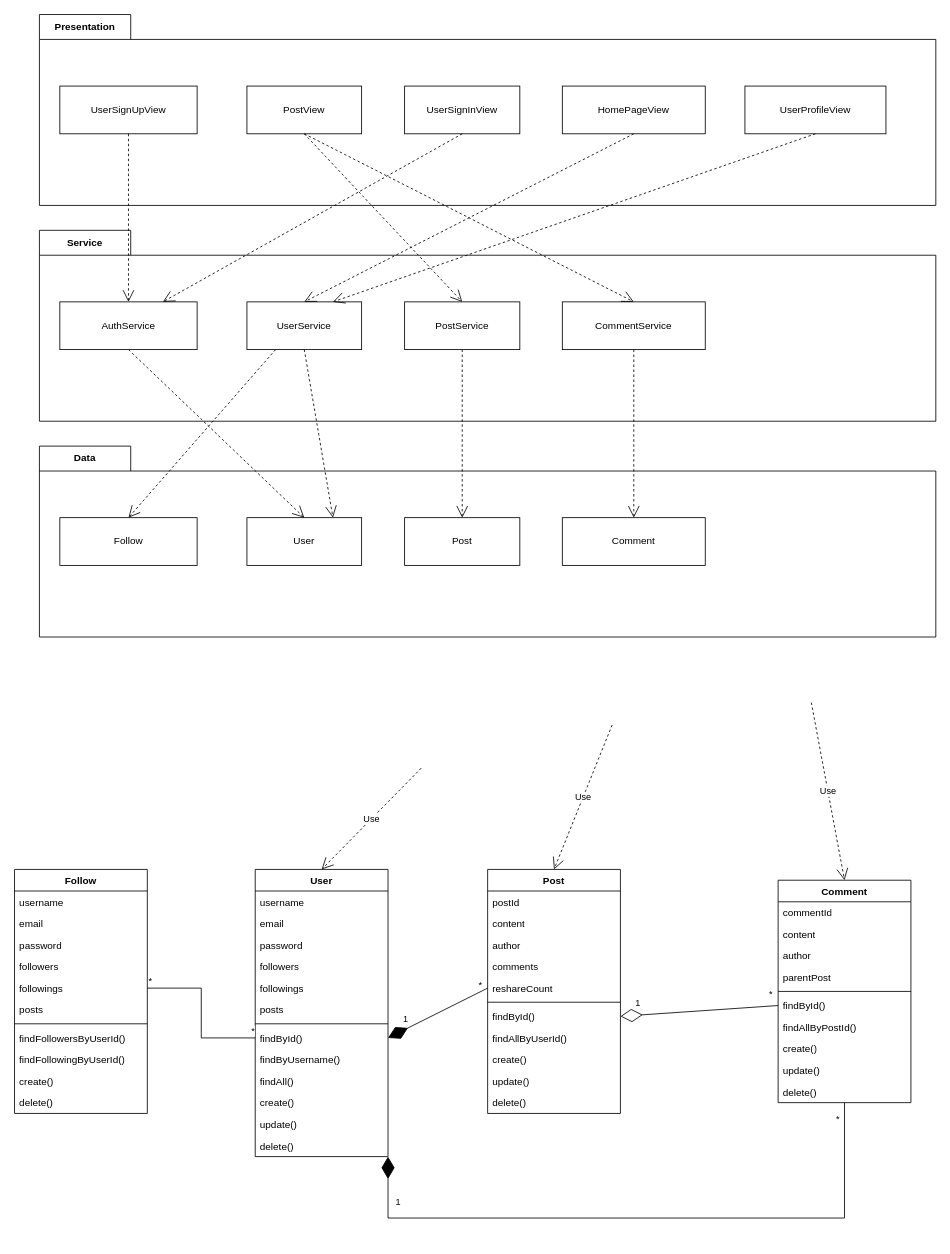
Earlier version of the draw.io diagram social_network_layer.drawio (jilv220/UMLs). Source tidied: cells renumbered, new cells numbered last; positions are measured from the earlier drawing's top-left corner, leaving out a move shared by most shapes. Both pictures are drawn from the tidied source at 83%, with x=0, y=0 at pixel (14, 14).
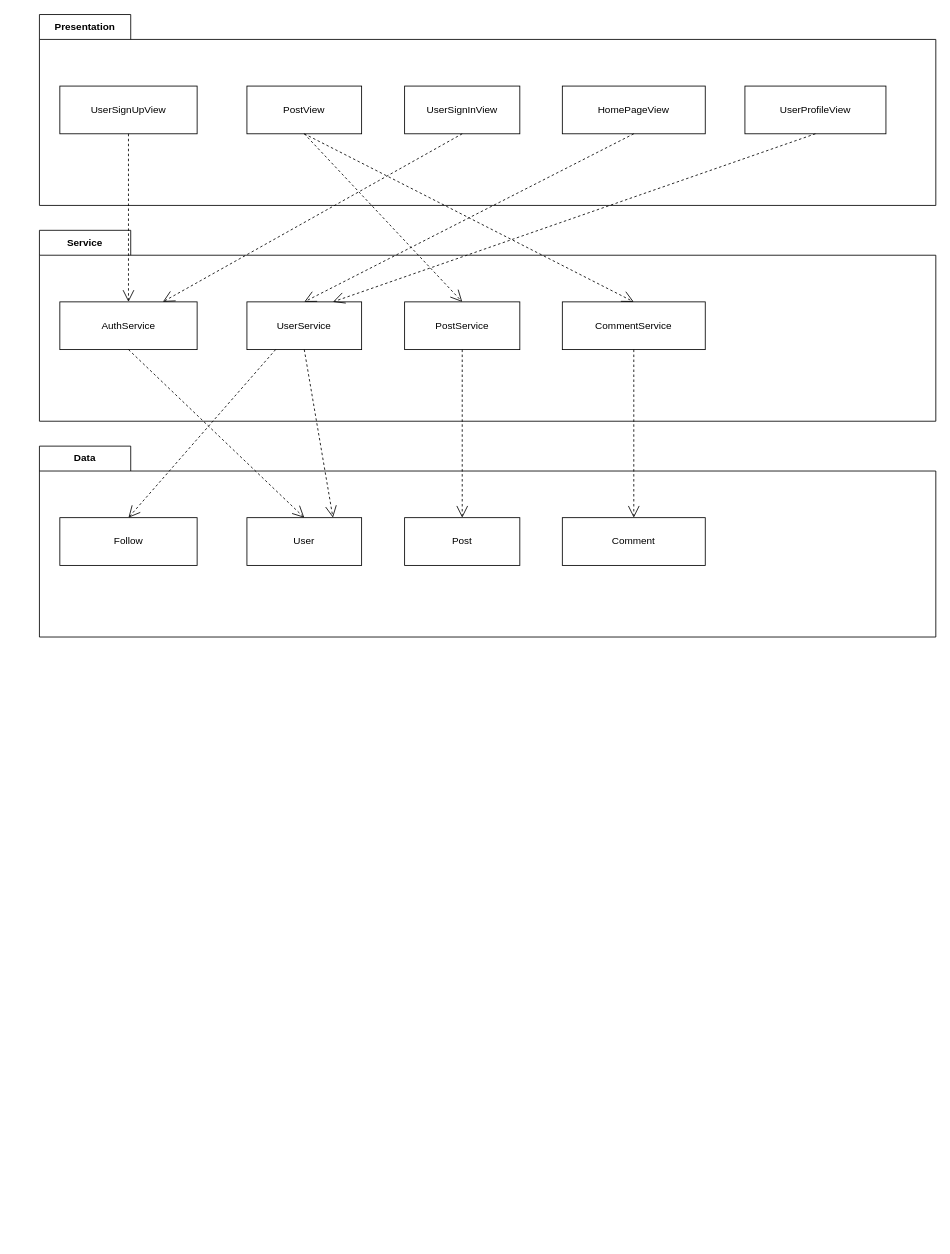
After the change.

The edit, as a diff of the source:
```diff
@@
-    <mxCell id="2" value="User" style="swimlane;fontStyle=1;align=center;verticalAlign=top;horizontal=1;startSize=26;whiteSpace=wrap;html=1;" parent="1" vertex="1">
-      <mxGeometry x="290" y="1030" width="160" height="346" as="geometry" />
-    </mxCell>
-    <mxCell id="3" value="username" style="text;strokeColor=none;fillColor=none;align=left;verticalAlign=top;spacingLeft=4;spacingRight=4;overflow=hidden;whiteSpace=wrap;html=1;" parent="2" vertex="1">
-      <mxGeometry y="26" width="160" height="26" as="geometry" />
-    </mxCell>
-    <mxCell id="4" value="email" style="text;strokeColor=none;fillColor=none;align=left;verticalAlign=top;spacingLeft=4;spacingRight=4;overflow=hidden;whiteSpace=wrap;html=1;" parent="2" vertex="1">
-      <mxGeometry y="52" width="160" height="26" as="geometry" />
-    </mxCell>
-    <mxCell id="5" value="password" style="text;strokeColor=none;fillColor=none;align=left;verticalAlign=top;spacingLeft=4;spacingRight=4;overflow=hidden;whiteSpace=wrap;html=1;" parent="2" vertex="1">
-      <mxGeometry y="78" width="160" height="26" as="geometry" />
-    </mxCell>
-    <mxCell id="6" value="followers" style="text;strokeColor=none;fillColor=none;align=left;verticalAlign=top;spacingLeft=4;spacingRight=4;overflow=hidden;whiteSpace=wrap;html=1;" parent="2" vertex="1">
-      <mxGeometry y="104" width="160" height="26" as="geometry" />
-    </mxCell>
-    <mxCell id="7" value="followings" style="text;strokeColor=none;fillColor=none;align=left;verticalAlign=top;spacingLeft=4;spacingRight=4;overflow=hidden;whiteSpace=wrap;html=1;" parent="2" vertex="1">
-      <mxGeometry y="130" width="160" height="26" as="geometry" />
-    </mxCell>
-    <mxCell id="8" value="posts" style="text;strokeColor=none;fillColor=none;align=left;verticalAlign=top;spacingLeft=4;spacingRight=4;overflow=hidden;whiteSpace=wrap;html=1;" parent="2" vertex="1">
-      <mxGeometry y="156" width="160" height="26" as="geometry" />
-    </mxCell>
-    <mxCell id="9" style="line;strokeWidth=1;fillColor=none;align=left;verticalAlign=middle;spacingTop=-1;spacingLeft=3;spacingRight=3;labelPosition=right;strokeColor=inherit;" parent="2" vertex="1">
-      <mxGeometry y="182" width="160" height="8" as="geometry" />
-    </mxCell>
-    <mxCell id="10" value="findById()" style="text;strokeColor=none;fillColor=none;align=left;verticalAlign=top;spacingLeft=4;spacingRight=4;overflow=hidden;points=[[0,0.5],[1,0.5]];portConstraint=eastwest;whiteSpace=wrap;html=1;" parent="2" vertex="1">
-      <mxGeometry y="190" width="160" height="26" as="geometry" />
-    </mxCell>
-    <mxCell id="11" value="findByUsername()" style="text;strokeColor=none;fillColor=none;align=left;verticalAlign=top;spacingLeft=4;spacingRight=4;overflow=hidden;whiteSpace=wrap;html=1;" parent="2" vertex="1">
-      <mxGeometry y="216" width="160" height="26" as="geometry" />
-    </mxCell>
-    <mxCell id="12" value="findAll()" style="text;strokeColor=none;fillColor=none;align=left;verticalAlign=top;spacingLeft=4;spacingRight=4;overflow=hidden;whiteSpace=wrap;html=1;" parent="2" vertex="1">
-      <mxGeometry y="242" width="160" height="26" as="geometry" />
-    </mxCell>
-    <mxCell id="13" value="create()" style="text;strokeColor=none;fillColor=none;align=left;verticalAlign=top;spacingLeft=4;spacingRight=4;overflow=hidden;whiteSpace=wrap;html=1;" parent="2" vertex="1">
-      <mxGeometry y="268" width="160" height="26" as="geometry" />
-    </mxCell>
-    <mxCell id="14" value="update()" style="text;strokeColor=none;fillColor=none;align=left;verticalAlign=top;spacingLeft=4;spacingRight=4;overflow=hidden;whiteSpace=wrap;html=1;" parent="2" vertex="1">
-      <mxGeometry y="294" width="160" height="26" as="geometry" />
-    </mxCell>
-    <mxCell id="15" value="delete()" style="text;strokeColor=none;fillColor=none;align=left;verticalAlign=top;spacingLeft=4;spacingRight=4;overflow=hidden;whiteSpace=wrap;html=1;" parent="2" vertex="1">
-      <mxGeometry y="320" width="160" height="26" as="geometry" />
-    </mxCell>
-    <mxCell id="16" value="Comment" style="swimlane;fontStyle=1;align=center;verticalAlign=top;horizontal=1;startSize=26;whiteSpace=wrap;html=1;" parent="1" vertex="1">
-      <mxGeometry x="920" y="1043" width="160" height="268" as="geometry" />
-    </mxCell>
-    <mxCell id="17" value="commentId" style="text;strokeColor=none;fillColor=none;align=left;verticalAlign=top;spacingLeft=4;spacingRight=4;overflow=hidden;whiteSpace=wrap;html=1;" parent="16" vertex="1">
-      <mxGeometry y="26" width="160" height="26" as="geometry" />
-    </mxCell>
-    <mxCell id="18" value="content" style="text;strokeColor=none;fillColor=none;align=left;verticalAlign=top;spacingLeft=4;spacingRight=4;overflow=hidden;whiteSpace=wrap;html=1;" parent="16" vertex="1">
-      <mxGeometry y="52" width="160" height="26" as="geometry" />
-    </mxCell>
-    <mxCell id="19" value="author" style="text;strokeColor=none;fillColor=none;align=left;verticalAlign=top;spacingLeft=4;spacingRight=4;overflow=hidden;whiteSpace=wrap;html=1;" parent="16" vertex="1">
-      <mxGeometry y="78" width="160" height="26" as="geometry" />
-    </mxCell>
-    <mxCell id="20" value="parentPost" style="text;strokeColor=none;fillColor=none;align=left;verticalAlign=top;spacingLeft=4;spacingRight=4;overflow=hidden;whiteSpace=wrap;html=1;" parent="16" vertex="1">
-      <mxGeometry y="104" width="160" height="26" as="geometry" />
-    </mxCell>
-    <mxCell id="21" style="line;strokeWidth=1;fillColor=none;align=left;verticalAlign=middle;spacingTop=-1;spacingLeft=3;spacingRight=3;labelPosition=right;strokeColor=inherit;" parent="16" vertex="1">
-      <mxGeometry y="130" width="160" height="8" as="geometry" />
-    </mxCell>
-    <mxCell id="22" value="findById()" style="text;strokeColor=none;fillColor=none;align=left;verticalAlign=top;spacingLeft=4;spacingRight=4;overflow=hidden;points=[[0,0.5],[1,0.5]];portConstraint=eastwest;whiteSpace=wrap;html=1;" parent="16" vertex="1">
-      <mxGeometry y="138" width="160" height="26" as="geometry" />
-    </mxCell>
-    <mxCell id="23" value="findAllByPostId()" style="text;strokeColor=none;fillColor=none;align=left;verticalAlign=top;spacingLeft=4;spacingRight=4;overflow=hidden;whiteSpace=wrap;html=1;" parent="16" vertex="1">
-      <mxGeometry y="164" width="160" height="26" as="geometry" />
-    </mxCell>
-    <mxCell id="24" value="create()" style="text;strokeColor=none;fillColor=none;align=left;verticalAlign=top;spacingLeft=4;spacingRight=4;overflow=hidden;whiteSpace=wrap;html=1;" parent="16" vertex="1">
-      <mxGeometry y="190" width="160" height="26" as="geometry" />
-    </mxCell>
-    <mxCell id="25" value="update()" style="text;strokeColor=none;fillColor=none;align=left;verticalAlign=top;spacingLeft=4;spacingRight=4;overflow=hidden;whiteSpace=wrap;html=1;" parent="16" vertex="1">
-      <mxGeometry y="216" width="160" height="26" as="geometry" />
-    </mxCell>
-    <mxCell id="26" value="delete()" style="text;strokeColor=none;fillColor=none;align=left;verticalAlign=top;spacingLeft=4;spacingRight=4;overflow=hidden;whiteSpace=wrap;html=1;" parent="16" vertex="1">
-      <mxGeometry y="242" width="160" height="26" as="geometry" />
-    </mxCell>
-    <mxCell id="27" value="Post" style="swimlane;fontStyle=1;align=center;verticalAlign=top;horizontal=1;startSize=26;whiteSpace=wrap;html=1;" parent="1" vertex="1">
-      <mxGeometry x="570" y="1030" width="160" height="294" as="geometry" />
-    </mxCell>
-    <mxCell id="28" value="postId" style="text;strokeColor=none;fillColor=none;align=left;verticalAlign=top;spacingLeft=4;spacingRight=4;overflow=hidden;whiteSpace=wrap;html=1;" parent="27" vertex="1">
-      <mxGeometry y="26" width="160" height="26" as="geometry" />
-    </mxCell>
-    <mxCell id="29" value="content" style="text;strokeColor=none;fillColor=none;align=left;verticalAlign=top;spacingLeft=4;spacingRight=4;overflow=hidden;whiteSpace=wrap;html=1;" parent="27" vertex="1">
-      <mxGeometry y="52" width="160" height="26" as="geometry" />
-    </mxCell>
-    <mxCell id="30" value="author" style="text;strokeColor=none;fillColor=none;align=left;verticalAlign=top;spacingLeft=4;spacingRight=4;overflow=hidden;whiteSpace=wrap;html=1;" parent="27" vertex="1">
-      <mxGeometry y="78" width="160" height="26" as="geometry" />
-    </mxCell>
-    <mxCell id="31" value="comments" style="text;strokeColor=none;fillColor=none;align=left;verticalAlign=top;spacingLeft=4;spacingRight=4;overflow=hidden;whiteSpace=wrap;html=1;" parent="27" vertex="1">
-      <mxGeometry y="104" width="160" height="26" as="geometry" />
-    </mxCell>
-    <mxCell id="32" value="reshareCount" style="text;strokeColor=none;fillColor=none;align=left;verticalAlign=top;spacingLeft=4;spacingRight=4;overflow=hidden;points=[[0,0.5],[1,0.5]];portConstraint=eastwest;whiteSpace=wrap;html=1;" parent="27" vertex="1">
-      <mxGeometry y="130" width="160" height="26" as="geometry" />
-    </mxCell>
-    <mxCell id="33" style="line;strokeWidth=1;fillColor=none;align=left;verticalAlign=middle;spacingTop=-1;spacingLeft=3;spacingRight=3;labelPosition=right;strokeColor=inherit;" parent="27" vertex="1">
-      <mxGeometry y="156" width="160" height="8" as="geometry" />
-    </mxCell>
-    <mxCell id="34" value="findById()" style="text;strokeColor=none;fillColor=none;align=left;verticalAlign=top;spacingLeft=4;spacingRight=4;overflow=hidden;points=[[0,0.5],[1,0.5]];portConstraint=eastwest;whiteSpace=wrap;html=1;" parent="27" vertex="1">
-      <mxGeometry y="164" width="160" height="26" as="geometry" />
-    </mxCell>
-    <mxCell id="35" value="findAllByUserId()" style="text;strokeColor=none;fillColor=none;align=left;verticalAlign=top;spacingLeft=4;spacingRight=4;overflow=hidden;whiteSpace=wrap;html=1;" parent="27" vertex="1">
-      <mxGeometry y="190" width="160" height="26" as="geometry" />
-    </mxCell>
-    <mxCell id="36" value="create()" style="text;strokeColor=none;fillColor=none;align=left;verticalAlign=top;spacingLeft=4;spacingRight=4;overflow=hidden;whiteSpace=wrap;html=1;" parent="27" vertex="1">
-      <mxGeometry y="216" width="160" height="26" as="geometry" />
-    </mxCell>
-    <mxCell id="37" value="update()" style="text;strokeColor=none;fillColor=none;align=left;verticalAlign=top;spacingLeft=4;spacingRight=4;overflow=hidden;whiteSpace=wrap;html=1;" parent="27" vertex="1">
-      <mxGeometry y="242" width="160" height="26" as="geometry" />
-    </mxCell>
-    <mxCell id="38" value="delete()" style="text;strokeColor=none;fillColor=none;align=left;verticalAlign=top;spacingLeft=4;spacingRight=4;overflow=hidden;whiteSpace=wrap;html=1;" parent="27" vertex="1">
-      <mxGeometry y="268" width="160" height="26" as="geometry" />
-    </mxCell>
-    <mxCell id="39" value="Follow" style="swimlane;fontStyle=1;align=center;verticalAlign=top;horizontal=1;startSize=26;whiteSpace=wrap;html=1;" parent="1" vertex="1">
-      <mxGeometry y="1030" width="160" height="294" as="geometry" />
-    </mxCell>
-    <mxCell id="40" value="username" style="text;strokeColor=none;fillColor=none;align=left;verticalAlign=top;spacingLeft=4;spacingRight=4;overflow=hidden;whiteSpace=wrap;html=1;" parent="39" vertex="1">
-      <mxGeometry y="26" width="160" height="26" as="geometry" />
-    </mxCell>
-    <mxCell id="41" value="email" style="text;strokeColor=none;fillColor=none;align=left;verticalAlign=top;spacingLeft=4;spacingRight=4;overflow=hidden;whiteSpace=wrap;html=1;" parent="39" vertex="1">
-      <mxGeometry y="52" width="160" height="26" as="geometry" />
-    </mxCell>
-    <mxCell id="42" value="password" style="text;strokeColor=none;fillColor=none;align=left;verticalAlign=top;spacingLeft=4;spacingRight=4;overflow=hidden;whiteSpace=wrap;html=1;" parent="39" vertex="1">
-      <mxGeometry y="78" width="160" height="26" as="geometry" />
-    </mxCell>
-    <mxCell id="43" value="followers" style="text;strokeColor=none;fillColor=none;align=left;verticalAlign=top;spacingLeft=4;spacingRight=4;overflow=hidden;whiteSpace=wrap;html=1;" parent="39" vertex="1">
-      <mxGeometry y="104" width="160" height="26" as="geometry" />
-    </mxCell>
-    <mxCell id="44" value="followings" style="text;strokeColor=none;fillColor=none;align=left;verticalAlign=top;spacingLeft=4;spacingRight=4;overflow=hidden;points=[[0,0.5],[1,0.5]];portConstraint=eastwest;whiteSpace=wrap;html=1;" parent="39" vertex="1">
-      <mxGeometry y="130" width="160" height="26" as="geometry" />
-    </mxCell>
-    <mxCell id="45" value="posts" style="text;strokeColor=none;fillColor=none;align=left;verticalAlign=top;spacingLeft=4;spacingRight=4;overflow=hidden;whiteSpace=wrap;html=1;" parent="39" vertex="1">
-      <mxGeometry y="156" width="160" height="26" as="geometry" />
-    </mxCell>
-    <mxCell id="46" style="line;strokeWidth=1;fillColor=none;align=left;verticalAlign=middle;spacingTop=-1;spacingLeft=3;spacingRight=3;labelPosition=right;strokeColor=inherit;" parent="39" vertex="1">
-      <mxGeometry y="182" width="160" height="8" as="geometry" />
-    </mxCell>
-    <mxCell id="47" value="findFollowersByUserId()" style="text;strokeColor=none;fillColor=none;align=left;verticalAlign=top;spacingLeft=4;spacingRight=4;overflow=hidden;whiteSpace=wrap;html=1;" parent="39" vertex="1">
-      <mxGeometry y="190" width="160" height="26" as="geometry" />
-    </mxCell>
-    <mxCell id="48" value="findFollowingByUserId()" style="text;strokeColor=none;fillColor=none;align=left;verticalAlign=top;spacingLeft=4;spacingRight=4;overflow=hidden;whiteSpace=wrap;html=1;" parent="39" vertex="1">
-      <mxGeometry y="216" width="160" height="26" as="geometry" />
-    </mxCell>
-    <mxCell id="49" value="create()" style="text;strokeColor=none;fillColor=none;align=left;verticalAlign=top;spacingLeft=4;spacingRight=4;overflow=hidden;whiteSpace=wrap;html=1;" parent="39" vertex="1">
-      <mxGeometry y="242" width="160" height="26" as="geometry" />
-    </mxCell>
-    <mxCell id="50" value="delete()" style="text;strokeColor=none;fillColor=none;align=left;verticalAlign=top;spacingLeft=4;spacingRight=4;overflow=hidden;whiteSpace=wrap;html=1;" parent="39" vertex="1">
-      <mxGeometry y="268" width="160" height="26" as="geometry" />
-    </mxCell>
-    <mxCell id="51" style="endArrow=none;html=1;edgeStyle=orthogonalEdgeStyle;rounded=0;exitX=1;exitY=0.5;exitDx=0;exitDy=0;entryX=0;entryY=0.5;entryDx=0;entryDy=0;" parent="1" edge="1" source="44" target="10">
-      <mxGeometry relative="1" as="geometry" />
-    </mxCell>
-    <mxCell id="52" value="*" style="edgeLabel;html=1;align=left;verticalAlign=bottom;" parent="51" vertex="1">
-      <mxGeometry x="-1" relative="1" as="geometry" />
-    </mxCell>
-    <mxCell id="53" value="*" style="edgeLabel;html=1;align=right;verticalAlign=bottom;" parent="51" vertex="1">
-      <mxGeometry x="1" relative="1" as="geometry" />
-    </mxCell>
-    <mxCell id="54" style="endArrow=diamondThin;endFill=1;endSize=24;html=1;rounded=0;entryX=1;entryY=0.5;entryDx=0;entryDy=0;exitX=0;exitY=0.5;exitDx=0;exitDy=0;" parent="1" edge="1" source="32" target="10">
-      <mxGeometry relative="1" as="geometry" />
-    </mxCell>
-    <mxCell id="55" value="*" style="edgeLabel;html=1;align=center;verticalAlign=middle;" parent="54" vertex="1">
-      <mxGeometry x="0.73" y="-2" relative="1" as="geometry">
-        <mxPoint x="95" y="-55" as="offset" />
-      </mxGeometry>
-    </mxCell>
-    <mxCell id="56" value="1" style="edgeLabel;html=1;align=center;verticalAlign=middle;" parent="54" vertex="1">
-      <mxGeometry x="0.67" y="1" relative="1" as="geometry">
-        <mxPoint y="-14" as="offset" />
-      </mxGeometry>
-    </mxCell>
-    <mxCell id="57" style="endArrow=diamondThin;endFill=1;endSize=24;html=1;rounded=0;entryX=1;entryY=1;entryDx=0;entryDy=0;edgeStyle=elbowEdgeStyle;exitX=0.5;exitY=1;exitDx=0;exitDy=0;" parent="1" edge="1" source="16" target="2">
-      <mxGeometry relative="1" as="geometry">
-        <Array as="points">
-          <mxPoint x="670" y="1450" />
-        </Array>
-      </mxGeometry>
-    </mxCell>
-    <mxCell id="58" value="*" style="edgeLabel;html=1;align=center;verticalAlign=middle;" parent="57" vertex="1">
-      <mxGeometry x="0.73" y="-2" relative="1" as="geometry">
-        <mxPoint x="512" y="-118" as="offset" />
-      </mxGeometry>
-    </mxCell>
-    <mxCell id="59" value="1" style="edgeLabel;html=1;align=center;verticalAlign=middle;" parent="57" vertex="1">
-      <mxGeometry x="0.67" y="1" relative="1" as="geometry">
-        <mxPoint x="-41" y="-21" as="offset" />
-      </mxGeometry>
-    </mxCell>
-    <mxCell id="60" style="endArrow=diamondThin;endFill=0;endSize=24;html=1;rounded=0;entryX=1;entryY=0.5;entryDx=0;entryDy=0;exitX=0;exitY=0.5;exitDx=0;exitDy=0;" parent="1" edge="1" source="22" target="34">
-      <mxGeometry relative="1" as="geometry" />
-    </mxCell>
-    <mxCell id="61" value="1" style="edgeLabel;html=1;align=center;verticalAlign=middle;" parent="60" vertex="1">
-      <mxGeometry x="0.87" y="-4" relative="1" as="geometry">
-        <mxPoint x="8" y="-12" as="offset" />
-      </mxGeometry>
-    </mxCell>
-    <mxCell id="62" value="*" style="edgeLabel;html=1;align=center;verticalAlign=middle;" parent="60" vertex="1">
-      <mxGeometry x="0.82" y="-2" relative="1" as="geometry">
-        <mxPoint x="163" y="-24" as="offset" />
-      </mxGeometry>
-    </mxCell>
-    <mxCell id="63" value="Use" style="endArrow=open;endSize=12;dashed=1;html=1;rounded=0;exitX=0.5;exitY=1;exitDx=0;exitDy=0;entryX=0.5;entryY=0;entryDx=0;entryDy=0;" parent="1" edge="1" target="2">
-      <mxGeometry relative="1" as="geometry">
-        <mxPoint x="490" y="908" as="sourcePoint" />
-      </mxGeometry>
-    </mxCell>
-    <mxCell id="64" value="Use" style="endArrow=open;endSize=12;dashed=1;html=1;rounded=0;exitX=0.5;exitY=1;exitDx=0;exitDy=0;entryX=0.5;entryY=0;entryDx=0;entryDy=0;" parent="1" edge="1" target="27">
-      <mxGeometry relative="1" as="geometry">
-        <mxPoint x="720" y="856" as="sourcePoint" />
-      </mxGeometry>
-    </mxCell>
-    <mxCell id="65" value="Use" style="endArrow=open;endSize=12;dashed=1;html=1;rounded=0;entryX=0.5;entryY=0;entryDx=0;entryDy=0;exitX=0.5;exitY=0.962;exitDx=0;exitDy=0;exitPerimeter=0;" parent="1" edge="1" target="16">
-      <mxGeometry relative="1" as="geometry">
-        <mxPoint x="960" y="829" as="sourcePoint" />
-      </mxGeometry>
-    </mxCell>
```
